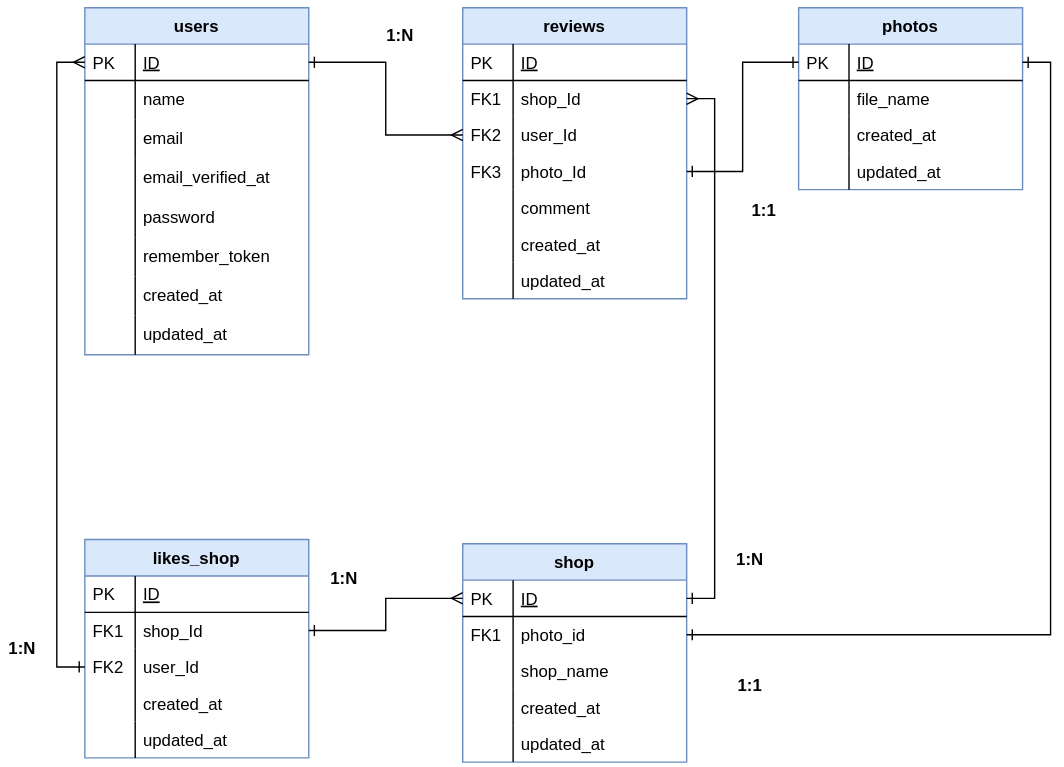
k-taiga/boardgame-reviews keeps this draw.io diagram as boardgame-reviews/er.svg. Above is the earlier version. Source tidied: cells renumbered, new cells last; positions are measured from the earlier drawing's top-left corner, leaving out a move shared by most shapes.
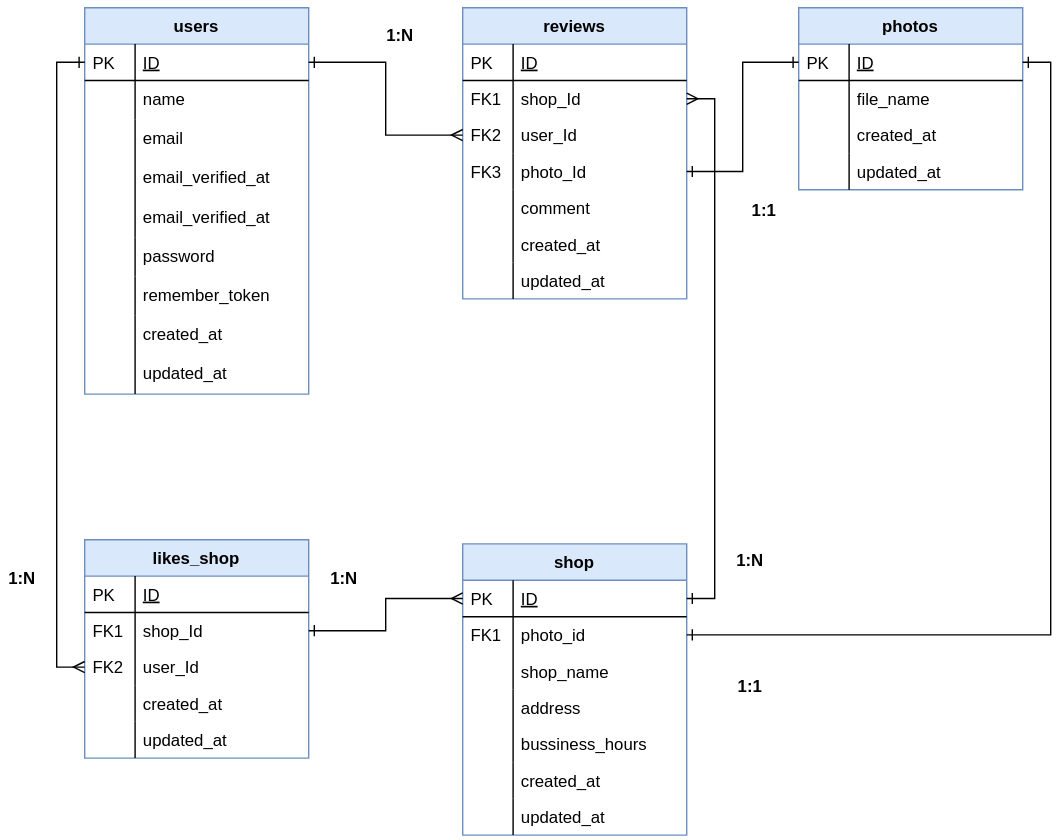
Later version of the same file.

The edit, as a diff of the source:
```diff
@@ -3,7 +3,7 @@
     <mxCell id="0" />
     <mxCell id="1" parent="0" />
     <mxCell id="2" value="users" style="swimlane;fontStyle=1;horizontal=1;startSize=26;rounded=0;shadow=0;strokeWidth=1;fillColor=#dae8fc;strokeColor=#6c8ebf;" parent="1" vertex="1">
-      <mxGeometry x="60" y="5" width="160" height="248" as="geometry" />
+      <mxGeometry x="60" y="5" width="160" height="276" as="geometry" />
     </mxCell>
     <mxCell id="3" value="ID" style="shape=partialRectangle;top=0;left=0;right=0;bottom=1;align=left;verticalAlign=top;fillColor=none;spacingLeft=40;spacingRight=4;overflow=hidden;points=[[0,0.5],[1,0.5]];portConstraint=eastwest;rounded=0;shadow=0;strokeWidth=1;fontStyle=4;" parent="2" vertex="1">
       <mxGeometry y="26" width="160" height="26" as="geometry" />
@@ -23,38 +23,44 @@
     <mxCell id="8" style="shape=partialRectangle;top=0;left=0;bottom=0;fillColor=none;align=left;verticalAlign=top;spacingLeft=4;spacingRight=4;overflow=hidden;" parent="7" vertex="1">
       <mxGeometry width="36" height="28" as="geometry" />
     </mxCell>
+    <mxCell id="77" value="email_verified_at" style="shape=partialRectangle;top=0;left=0;right=0;bottom=0;align=left;verticalAlign=top;fillColor=none;spacingLeft=40;spacingRight=4;overflow=hidden;rounded=0;shadow=0;strokeWidth=1;" parent="2" vertex="1">
+      <mxGeometry y="108" width="160" height="28" as="geometry" />
+    </mxCell>
+    <mxCell id="78" style="shape=partialRectangle;top=0;left=0;bottom=0;fillColor=none;align=left;verticalAlign=top;spacingLeft=4;spacingRight=4;overflow=hidden;" parent="77" vertex="1">
+      <mxGeometry width="36" height="28" as="geometry" />
+    </mxCell>
     <mxCell id="9" value="email_verified_at" style="shape=partialRectangle;top=0;left=0;right=0;bottom=0;align=left;verticalAlign=top;fillColor=none;spacingLeft=40;spacingRight=4;overflow=hidden;rounded=0;shadow=0;strokeWidth=1;" parent="2" vertex="1">
-      <mxGeometry y="108" width="160" height="28" as="geometry" />
+      <mxGeometry y="136" width="160" height="28" as="geometry" />
     </mxCell>
     <mxCell id="10" style="shape=partialRectangle;top=0;left=0;bottom=0;fillColor=none;align=left;verticalAlign=top;spacingLeft=4;spacingRight=4;overflow=hidden;" parent="9" vertex="1">
       <mxGeometry width="36" height="28" as="geometry" />
     </mxCell>
     <mxCell id="11" value="password" style="shape=partialRectangle;top=0;left=0;right=0;bottom=0;align=left;verticalAlign=top;fillColor=none;spacingLeft=40;spacingRight=4;overflow=hidden;rounded=0;shadow=0;strokeWidth=1;" parent="2" vertex="1">
-      <mxGeometry y="136" width="160" height="28" as="geometry" />
+      <mxGeometry y="164" width="160" height="28" as="geometry" />
     </mxCell>
     <mxCell id="12" style="shape=partialRectangle;top=0;left=0;bottom=0;fillColor=none;align=left;verticalAlign=top;spacingLeft=4;spacingRight=4;overflow=hidden;" parent="11" vertex="1">
       <mxGeometry width="36" height="28" as="geometry" />
     </mxCell>
     <mxCell id="13" value="remember_token" style="shape=partialRectangle;top=0;left=0;right=0;bottom=0;align=left;verticalAlign=top;fillColor=none;spacingLeft=40;spacingRight=4;overflow=hidden;rounded=0;shadow=0;strokeWidth=1;" parent="2" vertex="1">
-      <mxGeometry y="164" width="160" height="28" as="geometry" />
+      <mxGeometry y="192" width="160" height="28" as="geometry" />
     </mxCell>
     <mxCell id="14" style="shape=partialRectangle;top=0;left=0;bottom=0;fillColor=none;align=left;verticalAlign=top;spacingLeft=4;spacingRight=4;overflow=hidden;" parent="13" vertex="1">
       <mxGeometry width="36" height="28" as="geometry" />
     </mxCell>
     <mxCell id="15" value="created_at" style="shape=partialRectangle;top=0;left=0;right=0;bottom=0;align=left;verticalAlign=top;fillColor=none;spacingLeft=40;spacingRight=4;overflow=hidden;rounded=0;shadow=0;strokeWidth=1;" parent="2" vertex="1">
-      <mxGeometry y="192" width="160" height="28" as="geometry" />
+      <mxGeometry y="220" width="160" height="28" as="geometry" />
     </mxCell>
     <mxCell id="16" style="shape=partialRectangle;top=0;left=0;bottom=0;fillColor=none;align=left;verticalAlign=top;spacingLeft=4;spacingRight=4;overflow=hidden;" parent="15" vertex="1">
       <mxGeometry width="36" height="28" as="geometry" />
     </mxCell>
     <mxCell id="17" value="updated_at" style="shape=partialRectangle;top=0;left=0;right=0;bottom=0;align=left;verticalAlign=top;fillColor=none;spacingLeft=40;spacingRight=4;overflow=hidden;rounded=0;shadow=0;strokeWidth=1;" parent="2" vertex="1">
-      <mxGeometry y="220" width="160" height="28" as="geometry" />
+      <mxGeometry y="248" width="160" height="28" as="geometry" />
     </mxCell>
     <mxCell id="18" style="shape=partialRectangle;top=0;left=0;bottom=0;fillColor=none;align=left;verticalAlign=top;spacingLeft=4;spacingRight=4;overflow=hidden;" parent="17" vertex="1">
       <mxGeometry width="36" height="28" as="geometry" />
     </mxCell>
     <mxCell id="19" value="shop" style="swimlane;fontStyle=1;horizontal=1;startSize=26;rounded=0;shadow=0;strokeWidth=1;fillColor=#dae8fc;strokeColor=#6c8ebf;" parent="1" vertex="1">
-      <mxGeometry x="330" y="388" width="160" height="156" as="geometry" />
+      <mxGeometry x="330" y="388" width="160" height="208" as="geometry" />
     </mxCell>
     <mxCell id="20" value="ID" style="shape=partialRectangle;top=0;left=0;right=0;bottom=1;align=left;verticalAlign=top;fillColor=none;spacingLeft=40;spacingRight=4;overflow=hidden;points=[[0,0.5],[1,0.5]];portConstraint=eastwest;rounded=0;shadow=0;strokeWidth=1;fontStyle=4;" parent="19" vertex="1">
       <mxGeometry y="26" width="160" height="26" as="geometry" />
@@ -68,20 +74,32 @@
     <mxCell id="23" value="FK1" style="shape=partialRectangle;top=0;left=0;bottom=0;fillColor=none;align=left;verticalAlign=top;spacingLeft=4;spacingRight=4;overflow=hidden;" parent="22" vertex="1">
       <mxGeometry width="36" height="26" as="geometry" />
     </mxCell>
+    <mxCell id="79" value="shop_name" style="shape=partialRectangle;top=0;left=0;right=0;bottom=0;align=left;verticalAlign=top;fillColor=none;spacingLeft=40;spacingRight=4;overflow=hidden;rounded=0;shadow=0;strokeWidth=1;" parent="19" vertex="1">
+      <mxGeometry y="78" width="160" height="26" as="geometry" />
+    </mxCell>
+    <mxCell id="80" style="shape=partialRectangle;top=0;left=0;bottom=0;fillColor=none;align=left;verticalAlign=top;spacingLeft=4;spacingRight=4;overflow=hidden;" parent="79" vertex="1">
+      <mxGeometry width="36" height="26" as="geometry" />
+    </mxCell>
-    <mxCell id="24" value="shop_name" style="shape=partialRectangle;top=0;left=0;right=0;bottom=0;align=left;verticalAlign=top;fillColor=none;spacingLeft=40;spacingRight=4;overflow=hidden;rounded=0;shadow=0;strokeWidth=1;" parent="19" vertex="1">
-      <mxGeometry y="78" width="160" height="26" as="geometry" />
+    <mxCell id="24" value="address" style="shape=partialRectangle;top=0;left=0;right=0;bottom=0;align=left;verticalAlign=top;fillColor=none;spacingLeft=40;spacingRight=4;overflow=hidden;rounded=0;shadow=0;strokeWidth=1;" parent="19" vertex="1">
+      <mxGeometry y="104" width="160" height="26" as="geometry" />
     </mxCell>
     <mxCell id="25" style="shape=partialRectangle;top=0;left=0;bottom=0;fillColor=none;align=left;verticalAlign=top;spacingLeft=4;spacingRight=4;overflow=hidden;" parent="24" vertex="1">
       <mxGeometry width="36" height="26" as="geometry" />
     </mxCell>
-    <mxCell id="26" value="created_at" style="shape=partialRectangle;top=0;left=0;right=0;bottom=0;align=left;verticalAlign=top;fillColor=none;spacingLeft=40;spacingRight=4;overflow=hidden;rounded=0;shadow=0;strokeWidth=1;" parent="19" vertex="1">
-      <mxGeometry y="104" width="160" height="26" as="geometry" />
+    <mxCell id="26" value="bussiness_hours&#10;" style="shape=partialRectangle;top=0;left=0;right=0;bottom=0;align=left;verticalAlign=top;fillColor=none;spacingLeft=40;spacingRight=4;overflow=hidden;rounded=0;shadow=0;strokeWidth=1;" parent="19" vertex="1">
+      <mxGeometry y="130" width="160" height="26" as="geometry" />
     </mxCell>
     <mxCell id="27" style="shape=partialRectangle;top=0;left=0;bottom=0;fillColor=none;align=left;verticalAlign=top;spacingLeft=4;spacingRight=4;overflow=hidden;" parent="26" vertex="1">
       <mxGeometry width="36" height="26" as="geometry" />
     </mxCell>
+    <mxCell id="81" value="created_at" style="shape=partialRectangle;top=0;left=0;right=0;bottom=0;align=left;verticalAlign=top;fillColor=none;spacingLeft=40;spacingRight=4;overflow=hidden;rounded=0;shadow=0;strokeWidth=1;" parent="19" vertex="1">
+      <mxGeometry y="156" width="160" height="26" as="geometry" />
+    </mxCell>
+    <mxCell id="82" style="shape=partialRectangle;top=0;left=0;bottom=0;fillColor=none;align=left;verticalAlign=top;spacingLeft=4;spacingRight=4;overflow=hidden;" parent="81" vertex="1">
+      <mxGeometry width="36" height="26" as="geometry" />
+    </mxCell>
     <mxCell id="28" value="updated_at" style="shape=partialRectangle;top=0;left=0;right=0;bottom=0;align=left;verticalAlign=top;fillColor=none;spacingLeft=40;spacingRight=4;overflow=hidden;rounded=0;shadow=0;strokeWidth=1;" parent="19" vertex="1">
-      <mxGeometry y="130" width="160" height="26" as="geometry" />
+      <mxGeometry y="182" width="160" height="26" as="geometry" />
     </mxCell>
     <mxCell id="29" style="shape=partialRectangle;top=0;left=0;bottom=0;fillColor=none;align=left;verticalAlign=top;spacingLeft=4;spacingRight=4;overflow=hidden;" parent="28" vertex="1">
       <mxGeometry width="36" height="26" as="geometry" />
@@ -173,7 +191,7 @@
     <mxCell id="58" style="edgeStyle=orthogonalEdgeStyle;rounded=0;jettySize=auto;html=1;exitX=1;exitY=0.5;exitDx=0;exitDy=0;entryX=1;entryY=0.5;entryDx=0;entryDy=0;startArrow=ERmany;startFill=0;endArrow=ERone;endFill=0;" parent="1" edge="1" source="33" target="20">
       <mxGeometry relative="1" as="geometry" />
     </mxCell>
-    <mxCell id="59" style="edgeStyle=orthogonalEdgeStyle;rounded=0;jettySize=auto;html=1;exitX=0;exitY=0.5;exitDx=0;exitDy=0;entryX=0;entryY=0.5;entryDx=0;entryDy=0;startArrow=ERone;startFill=0;endArrow=ERmany;endFill=0;" parent="1" edge="1" source="50" target="3">
+    <mxCell id="59" style="edgeStyle=orthogonalEdgeStyle;rounded=0;jettySize=auto;html=1;exitX=0;exitY=0.5;exitDx=0;exitDy=0;entryX=0;entryY=0.5;entryDx=0;entryDy=0;startArrow=ERmany;startFill=0;endArrow=ERone;endFill=0;" parent="1" edge="1" source="50" target="3">
       <mxGeometry relative="1" as="geometry" />
     </mxCell>
     <mxCell id="60" value="&lt;h4&gt;1:N&lt;/h4&gt;" style="text;html=1;align=center;verticalAlign=middle;fillColor=none;strokeColor=none;rounded=0;fontFamily=Helvetica;" parent="1" vertex="1">
@@ -183,7 +201,7 @@
       <mxGeometry x="520" y="375" width="30" height="50" as="geometry" />
     </mxCell>
     <mxCell id="62" value="&lt;h4&gt;1:N&lt;/h4&gt;" style="text;html=1;align=center;verticalAlign=middle;fillColor=none;strokeColor=none;rounded=0;fontFamily=Helvetica;" parent="1" vertex="1">
-      <mxGeometry y="438" width="30" height="50" as="geometry" />
+      <mxGeometry y="388" width="30" height="50" as="geometry" />
     </mxCell>
     <mxCell id="63" value="&lt;h4&gt;1:N&lt;/h4&gt;" style="text;html=1;align=center;verticalAlign=middle;fillColor=none;strokeColor=none;rounded=0;fontFamily=Helvetica;" parent="1" vertex="1">
       <mxGeometry x="230" y="388" width="30" height="50" as="geometry" />
```
